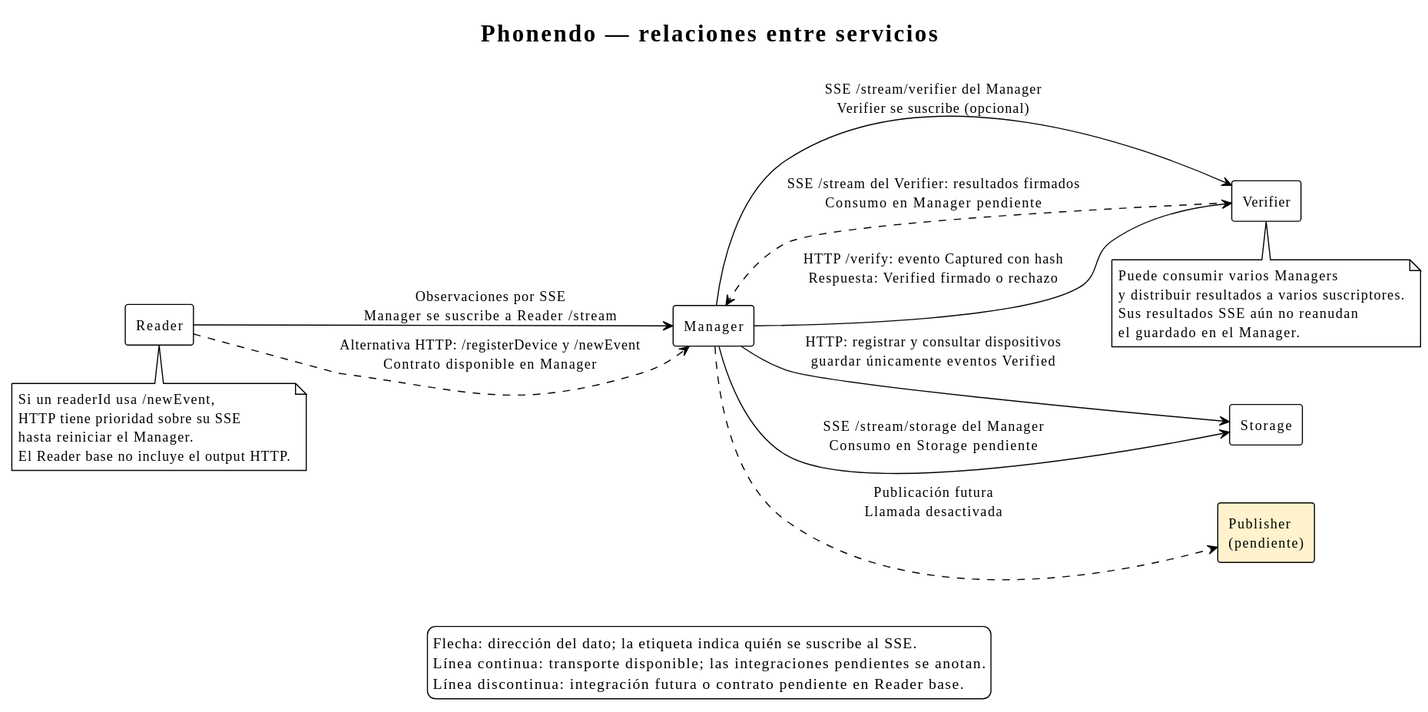
The PlantUML diagram docs/phonendo.svg in ParriCode/phonedo, before a commit.
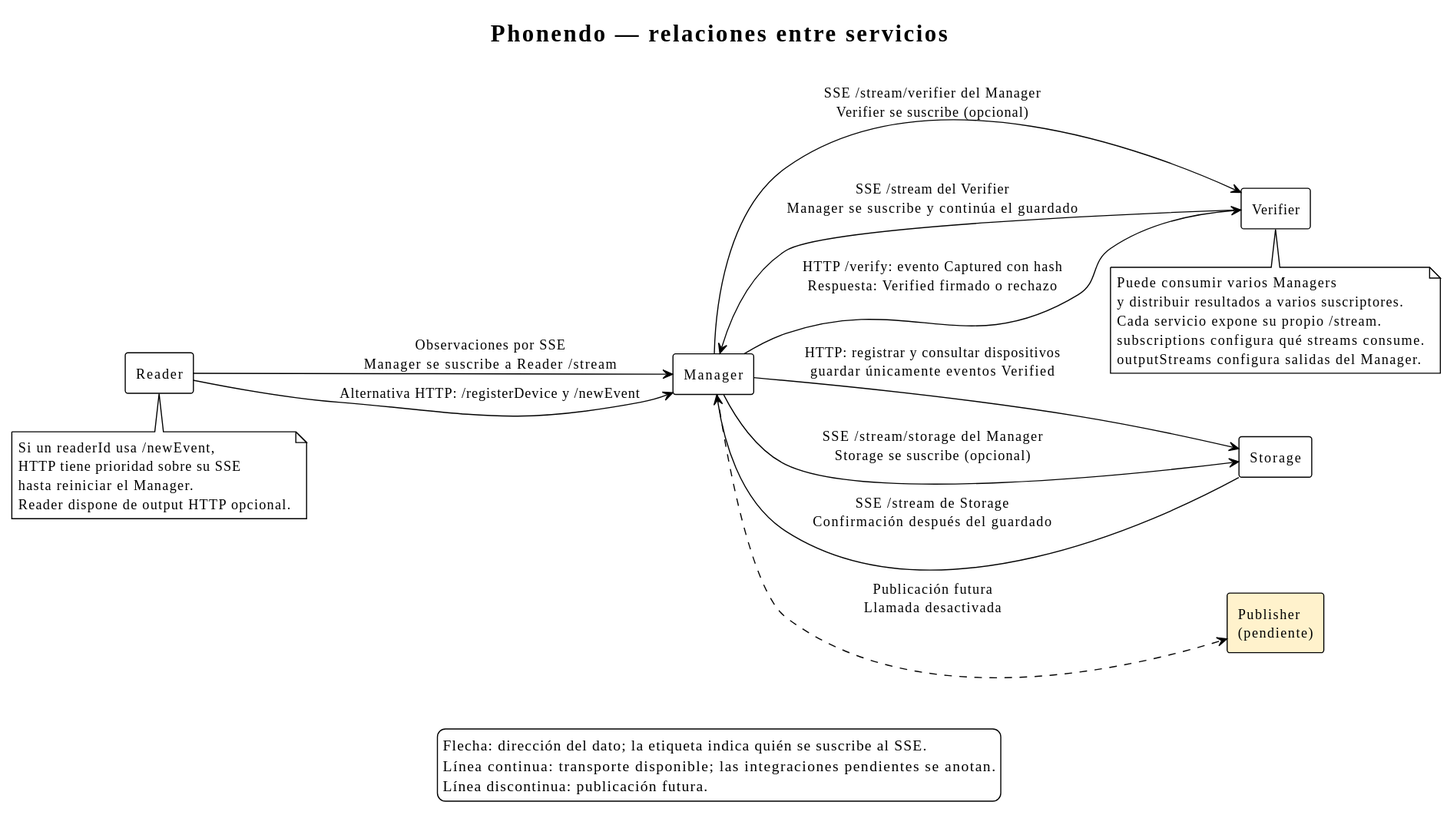
Above is the later version.

Diff of the diagram source:
```diff
@@ -13,31 +13,33 @@
 component "Publisher\n(pendiente)" as P #FFF2CC
 
 R --> M : Observaciones por SSE\nManager se suscribe a Reader /stream
-R ..> M : Alternativa HTTP: /registerDevice y /newEvent\nContrato disponible en Manager
+R --> M : Alternativa HTTP: /registerDevice y /newEvent
 M --> V : HTTP /verify: evento Captured con hash\nRespuesta: Verified firmado o rechazo
 M --> V : SSE /stream/verifier del Manager\nVerifier se suscribe (opcional)
-V ..> M : SSE /stream del Verifier: resultados firmados\nConsumo en Manager pendiente
+V --> M : SSE /stream del Verifier\nManager se suscribe y continúa el guardado
 M --> S : HTTP: registrar y consultar dispositivos\nguardar únicamente eventos Verified
-M --> S : SSE /stream/storage del Manager\nConsumo en Storage pendiente
+M --> S : SSE /stream/storage del Manager\nStorage se suscribe (opcional)
+S --> M : SSE /stream de Storage\nConfirmación después del guardado
 M ..> P : Publicación futura\nLlamada desactivada
 
 note bottom of R
   Si un readerId usa /newEvent,
   HTTP tiene prioridad sobre su SSE
   hasta reiniciar el Manager.
-  El Reader base no incluye el output HTTP.
+  Reader dispone de output HTTP opcional.
 end note
 
 note bottom of V
   Puede consumir varios Managers
   y distribuir resultados a varios suscriptores.
-  Sus resultados SSE aún no reanudan
-  el guardado en el Manager.
+  Cada servicio expone su propio /stream.
+  subscriptions configura qué streams consume.
+  outputStreams configura salidas del Manager.
 end note
 
 legend bottom
   Flecha: dirección del dato; la etiqueta indica quién se suscribe al SSE.
   Línea continua: transporte disponible; las integraciones pendientes se anotan.
-  Línea discontinua: integración futura o contrato pendiente en Reader base.
+  Línea discontinua: publicación futura.
 endlegend
 @enduml
```
